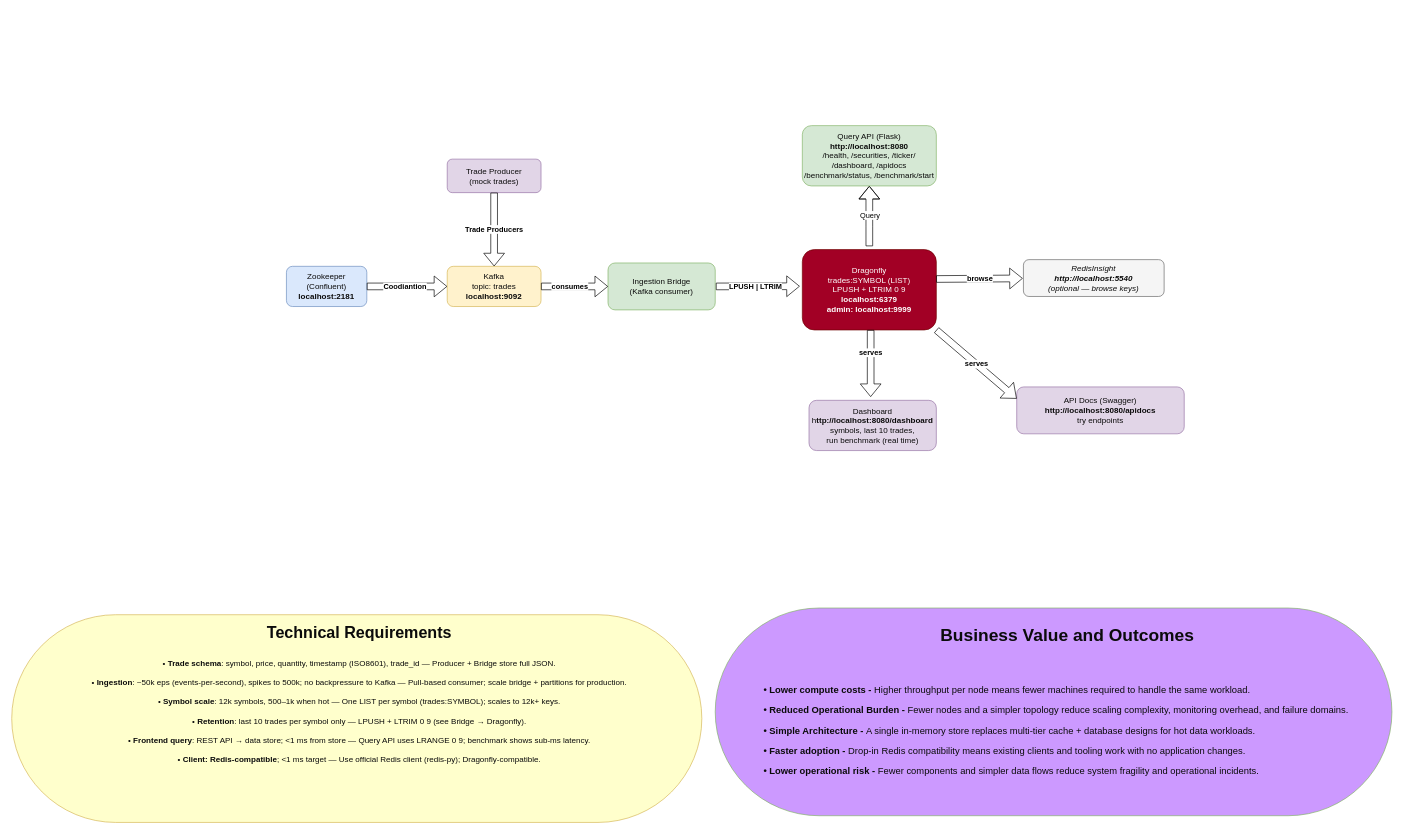
This is docs/architecture.drawio from getarz4u15ster/dragonflydb-oss, a draw.io file, before an edit. Source tidied: cells renumbered, new cells numbered last; positions are measured from the earlier drawing's top-left corner, leaving out a move shared by most shapes. Both pictures are drawn from the tidied source at 67%, with x=0, y=0 at pixel (11, 11).
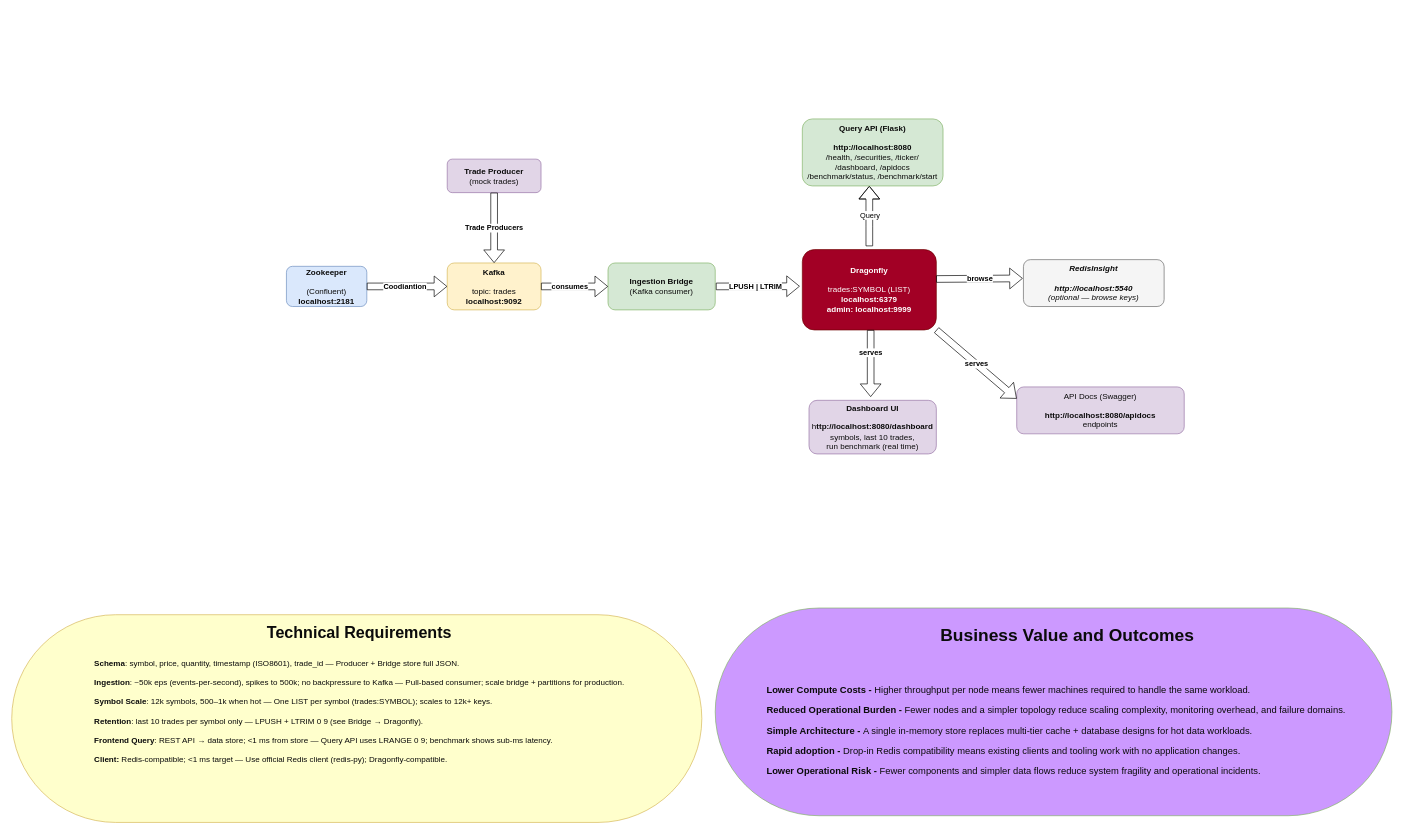
Above is the later version.

Unchanged cells that the change refers to:
```xml
<mxCell id="23" style="endArrow=classic;html=1;rounded=0;labelBackgroundColor=#D5E8D4;fontColor=#0B0B0B;shape=flexArrow;entryX=-0.019;entryY=0.456;entryDx=0;entryDy=0;entryPerimeter=0;" parent="1" edge="1" target="6">
  <mxGeometry x="-0.23" y="1" relative="1" as="geometry">
    <mxPoint x="1051" y="410" as="sourcePoint" />
  </mxGeometry>
</mxCell>
```

What changed in the source:
```diff
@@
-    <mxCell id="2" value="Zookeeper&lt;br&gt;(Confluent)&lt;br&gt;&lt;b&gt;localhost:2181&lt;/b&gt;" style="rounded=1;whiteSpace=wrap;html=1;fillColor=#dae8fc;strokeColor=#6c8ebf;fontColor=#0B0B0B;" parent="1" vertex="1">
+    <mxCell id="2" value="&lt;b&gt;Zookeeper&lt;br&gt;&lt;/b&gt;&lt;br&gt;(Confluent)&lt;br&gt;&lt;b&gt;localhost:2181&lt;/b&gt;" style="rounded=1;whiteSpace=wrap;html=1;fillColor=#dae8fc;strokeColor=#6c8ebf;fontColor=#0B0B0B;" parent="1" vertex="1">
       <mxGeometry x="410" y="380" width="120" height="60" as="geometry" />
     </mxCell>
-    <mxCell id="3" value="Kafka&lt;br&gt;topic: trades&lt;br&gt;&lt;b&gt;localhost:9092&lt;/b&gt;" style="rounded=1;whiteSpace=wrap;html=1;fillColor=#fff2cc;strokeColor=#d6b656;fontColor=#0B0B0B;" parent="1" vertex="1">
-      <mxGeometry x="650" y="380" width="140" height="60" as="geometry" />
+    <mxCell id="3" value="&lt;b&gt;Kafka&lt;br&gt;&lt;br&gt;&lt;/b&gt;topic: trades&lt;br&gt;&lt;b&gt;localhost:9092&lt;/b&gt;" style="rounded=1;whiteSpace=wrap;html=1;fillColor=#fff2cc;strokeColor=#d6b656;fontColor=#0B0B0B;" parent="1" vertex="1">
+      <mxGeometry x="650" y="375" width="140" height="70" as="geometry" />
     </mxCell>
-    <mxCell id="4" value="Trade Producer&#10;(mock trades)" style="rounded=1;whiteSpace=wrap;html=1;fillColor=#e1d5e7;strokeColor=#9673a6;fontColor=#0B0B0B;" parent="1" vertex="1">
+    <mxCell id="4" value="&lt;b&gt;Trade Producer&lt;br&gt;&lt;/b&gt;(mock trades)" style="rounded=1;whiteSpace=wrap;html=1;fillColor=#e1d5e7;strokeColor=#9673a6;fontColor=#0B0B0B;" parent="1" vertex="1">
       <mxGeometry x="650" y="220" width="140" height="50" as="geometry" />
     </mxCell>
-    <mxCell id="5" value="Ingestion Bridge&#10;(Kafka consumer)" style="rounded=1;whiteSpace=wrap;html=1;fillColor=#d5e8d4;strokeColor=#82b366;fontColor=#0B0B0B;" parent="1" vertex="1">
+    <mxCell id="5" value="&lt;b&gt;Ingestion Bridge&lt;br&gt;&lt;/b&gt;(Kafka consumer)" style="rounded=1;whiteSpace=wrap;html=1;fillColor=#d5e8d4;strokeColor=#82b366;fontColor=#0B0B0B;" parent="1" vertex="1">
       <mxGeometry x="890" y="375" width="160" height="70" as="geometry" />
     </mxCell>
-    <mxCell id="6" value="Dragonfly&lt;br&gt;trades:SYMBOL (LIST)&lt;br&gt;LPUSH + LTRIM 0 9&lt;br&gt;&lt;b&gt;localhost:6379&lt;br&gt;admin: localhost:9999&lt;/b&gt;" style="rounded=1;whiteSpace=wrap;html=1;fillColor=#a20025;strokeColor=#6F0000;fontColor=#ffffff;" parent="1" vertex="1">
+    <mxCell id="6" value="&lt;b&gt;Dragonfly&lt;br&gt;&lt;/b&gt;&lt;br&gt;trades:SYMBOL (LIST)&lt;br&gt;&lt;b&gt;localhost:6379&lt;br&gt;admin: localhost:9999&lt;/b&gt;" style="rounded=1;whiteSpace=wrap;html=1;fillColor=#a20025;strokeColor=#6F0000;fontColor=#ffffff;" parent="1" vertex="1">
       <mxGeometry x="1180" y="355" width="200" height="120" as="geometry" />
     </mxCell>
@@
-    <mxCell id="9" value="Dashboard&lt;br&gt;h&lt;b&gt;ttp://localhost:8080/dashboard&lt;/b&gt;&lt;br&gt;symbols, last 10 trades,&lt;br&gt;run benchmark (real time)" style="rounded=1;whiteSpace=wrap;html=1;fillColor=#e1d5e7;strokeColor=#9673a6;fontColor=#0B0B0B;" parent="1" vertex="1">
-      <mxGeometry x="1190" y="580" width="190" height="75" as="geometry" />
+    <mxCell id="9" value="&lt;b&gt;Dashboard UI&lt;br&gt;&lt;br&gt;&lt;/b&gt;h&lt;b&gt;ttp://localhost:8080/dashboard&lt;/b&gt;&lt;br&gt;symbols, last 10 trades,&lt;br&gt;run benchmark (real time)" style="rounded=1;whiteSpace=wrap;html=1;fillColor=#e1d5e7;strokeColor=#9673a6;fontColor=#0B0B0B;" parent="1" vertex="1">
+      <mxGeometry x="1190" y="580" width="190" height="80" as="geometry" />
     </mxCell>
-    <mxCell id="10" value="API Docs (Swagger)&lt;br&gt;&lt;b&gt;http://localhost:8080/apidocs&lt;/b&gt;&lt;br&gt;try endpoints" style="rounded=1;whiteSpace=wrap;html=1;fillColor=#e1d5e7;strokeColor=#9673a6;fontColor=#0B0B0B;" parent="1" vertex="1">
+    <mxCell id="10" value="API Docs (Swagger)&lt;br&gt;&lt;br&gt;&lt;b&gt;http://localhost:8080/apidocs&lt;/b&gt;&lt;br&gt;endpoints" style="rounded=1;whiteSpace=wrap;html=1;fillColor=#e1d5e7;strokeColor=#9673a6;fontColor=#0B0B0B;" parent="1" vertex="1">
       <mxGeometry x="1500" y="560" width="250" height="70" as="geometry" />
     </mxCell>
-    <mxCell id="11" value="RedisInsight&lt;br&gt;&lt;b&gt;http://localhost:5540&lt;/b&gt;&lt;br&gt;(optional — browse keys)" style="rounded=1;whiteSpace=wrap;html=1;fillColor=#f5f5f5;strokeColor=#666666;fontStyle=2;fontColor=#0B0B0B;" parent="1" vertex="1">
-      <mxGeometry x="1510" y="370" width="210" height="55" as="geometry" />
+    <mxCell id="11" value="&lt;b&gt;RedisInsight&lt;/b&gt;&lt;br&gt;&lt;br&gt;&lt;b&gt;http://localhost:5540&lt;/b&gt;&lt;br&gt;(optional — browse keys)" style="rounded=1;whiteSpace=wrap;html=1;fillColor=#f5f5f5;strokeColor=#666666;fontStyle=2;fontColor=#0B0B0B;" parent="1" vertex="1">
+      <mxGeometry x="1510" y="370" width="210" height="70" as="geometry" />
     </mxCell>
@@
-    <mxCell id="20" value="&lt;div style=&quot;&quot;&gt;&lt;font style=&quot;font-size: 24px;&quot;&gt;&lt;b style=&quot;&quot;&gt;Technical Requirements&lt;/b&gt;&lt;/font&gt;&lt;/div&gt;&lt;div&gt;&lt;br&gt;&lt;/div&gt;&lt;div&gt;&lt;br&gt;&lt;/div&gt;&lt;font style=&quot;color: rgb(11, 11, 11); font-size: 12px;&quot;&gt;• &lt;b&gt;Trade schema&lt;/b&gt;: symbol, price, quantity, timestamp (ISO8601), trade_id — Producer + Bridge store full JSON.&lt;/font&gt;&lt;div&gt;&lt;font style=&quot;color: rgb(11, 11, 11); font-size: 12px;&quot;&gt;&lt;br&gt;• &lt;b&gt;Ingestion&lt;/b&gt;: ~50k eps (events-per-second), spikes to 500k; no backpressure to Kafka — Pull-based consumer; scale bridge + partitions for production.&lt;/font&gt;&lt;/div&gt;&lt;div&gt;&lt;font style=&quot;color: rgb(11, 11, 11); font-size: 12px;&quot;&gt;&lt;br&gt;• &lt;b&gt;Symbol scale&lt;/b&gt;: 12k symbols, 500–1k when hot — One LIST per symbol (trades:SYMBOL); scales to 12k+ keys.&lt;/font&gt;&lt;/div&gt;&lt;div&gt;&lt;font style=&quot;color: rgb(11, 11, 11); font-size: 12px;&quot;&gt;&lt;br&gt;• &lt;b&gt;Retention&lt;/b&gt;: last 10 trades per symbol only — LPUSH + LTRIM 0 9 (see Bridge → Dragonfly).&lt;/font&gt;&lt;/div&gt;&lt;div&gt;&lt;font style=&quot;color: rgb(11, 11, 11); font-size: 12px;&quot;&gt;&lt;br&gt;• &lt;b&gt;Frontend query&lt;/b&gt;: REST API → data store; &amp;lt;1 ms from store — Query API uses LRANGE 0 9; benchmark shows sub-ms latency.&lt;/font&gt;&lt;/div&gt;&lt;div&gt;&lt;font style=&quot;color: rgb(11, 11, 11); font-size: 12px;&quot;&gt;&lt;br&gt;•&lt;b&gt; Client: Redis-compatible&lt;/b&gt;; &amp;lt;1 ms target — Use official Redis client (redis-py); Dragonfly-compatible.&lt;/font&gt;&lt;/div&gt;" style="rounded=1;whiteSpace=wrap;html=1;fillColor=#FFFFCC;strokeColor=#d6b656;align=center;verticalAlign=top;spacingLeft=8;spacingTop=6;fontSize=10;fontColor=#0B0B0B;arcSize=50;" parent="1" vertex="1">
+    <mxCell id="20" value="&lt;div style=&quot;&quot;&gt;&lt;font style=&quot;font-size: 24px;&quot;&gt;&lt;b style=&quot;&quot;&gt;Technical Requirements&lt;/b&gt;&lt;/font&gt;&lt;/div&gt;&lt;div&gt;&lt;br&gt;&lt;/div&gt;&lt;div&gt;&lt;br&gt;&lt;/div&gt;&lt;font style=&quot;color: rgb(11, 11, 11); font-size: 12px;&quot;&gt;&lt;div style=&quot;text-align: left;&quot;&gt;&lt;b style=&quot;background-color: transparent;&quot;&gt;Schema&lt;/b&gt;&lt;span style=&quot;background-color: transparent;&quot;&gt;: symbol, price, quantity, timestamp (ISO8601), trade_id — Producer + Bridge store full JSON.&lt;/span&gt;&lt;/div&gt;&lt;/font&gt;&lt;div&gt;&lt;div style=&quot;text-align: left;&quot;&gt;&lt;font color=&quot;#0b0b0b&quot;&gt;&lt;span style=&quot;font-size: 12px;&quot;&gt;&lt;br&gt;&lt;/span&gt;&lt;/font&gt;&lt;/div&gt;&lt;font style=&quot;color: rgb(11, 11, 11); font-size: 12px;&quot;&gt;&lt;div style=&quot;text-align: left;&quot;&gt;&lt;b style=&quot;background-color: transparent;&quot;&gt;Ingestion&lt;/b&gt;&lt;span style=&quot;background-color: transparent;&quot;&gt;: ~50k eps (events-per-second), spikes to 500k; no backpressure to Kafka — Pull-based consumer; scale bridge + partitions for production.&lt;/span&gt;&lt;/div&gt;&lt;/font&gt;&lt;/div&gt;&lt;div&gt;&lt;div style=&quot;text-align: left;&quot;&gt;&lt;font color=&quot;#0b0b0b&quot;&gt;&lt;span style=&quot;font-size: 12px;&quot;&gt;&lt;br&gt;&lt;/span&gt;&lt;/font&gt;&lt;/div&gt;&lt;font style=&quot;color: rgb(11, 11, 11); font-size: 12px;&quot;&gt;&lt;div style=&quot;text-align: left;&quot;&gt;&lt;b style=&quot;background-color: transparent;&quot;&gt;Symbol Scale&lt;/b&gt;&lt;span style=&quot;background-color: transparent;&quot;&gt;: 12k symbols, 500–1k when hot — One LIST per symbol (trades:SYMBOL); scales to 12k+ keys.&lt;/span&gt;&lt;/div&gt;&lt;/font&gt;&lt;/div&gt;&lt;div style=&quot;text-align: left;&quot;&gt;&lt;b style=&quot;color: rgb(11, 11, 11); font-size: 12px; background-color: transparent;&quot;&gt;&lt;br&gt;&lt;/b&gt;&lt;/div&gt;&lt;div style=&quot;text-align: left;&quot;&gt;&lt;b style=&quot;color: rgb(11, 11, 11); font-size: 12px; background-color: transparent;&quot;&gt;Retention&lt;/b&gt;&lt;span style=&quot;color: rgb(11, 11, 11); font-size: 12px; background-color: transparent;&quot;&gt;: last 10 trades per symbol only — LPUSH + LTRIM 0 9 (see Bridge → Dragonfly).&lt;/span&gt;&lt;/div&gt;&lt;div&gt;&lt;div style=&quot;text-align: left;&quot;&gt;&lt;font color=&quot;#0b0b0b&quot;&gt;&lt;span style=&quot;font-size: 12px;&quot;&gt;&lt;br&gt;&lt;/span&gt;&lt;/font&gt;&lt;/div&gt;&lt;font style=&quot;color: rgb(11, 11, 11); font-size: 12px;&quot;&gt;&lt;div style=&quot;text-align: left;&quot;&gt;&lt;b style=&quot;background-color: transparent;&quot;&gt;Frontend Query&lt;/b&gt;&lt;span style=&quot;background-color: transparent;&quot;&gt;: REST API → data store; &amp;lt;1 ms from store — Query API uses LRANGE 0 9; benchmark shows sub-ms latency.&lt;/span&gt;&lt;/div&gt;&lt;/font&gt;&lt;/div&gt;&lt;div&gt;&lt;div style=&quot;text-align: left;&quot;&gt;&lt;font color=&quot;#0b0b0b&quot;&gt;&lt;span style=&quot;font-size: 12px;&quot;&gt;&lt;br&gt;&lt;/span&gt;&lt;/font&gt;&lt;/div&gt;&lt;font style=&quot;color: rgb(11, 11, 11); font-size: 12px;&quot;&gt;&lt;div style=&quot;text-align: left;&quot;&gt;&lt;b style=&quot;background-color: transparent;&quot;&gt;Client: &lt;/b&gt;&lt;span style=&quot;background-color: transparent;&quot;&gt;Redis-compatible&lt;/span&gt;&lt;span style=&quot;background-color: transparent;&quot;&gt;; &amp;lt;1 ms target — Use official Redis client (redis-py); Dragonfly-compatible.&lt;/span&gt;&lt;/div&gt;&lt;/font&gt;&lt;/div&gt;" style="rounded=1;whiteSpace=wrap;html=1;fillColor=#FFFFCC;strokeColor=#d6b656;align=center;verticalAlign=top;spacingLeft=8;spacingTop=6;fontSize=10;fontColor=#0B0B0B;arcSize=50;" parent="1" vertex="1">
       <mxGeometry y="900" width="1030" height="310" as="geometry" />
     </mxCell>
-    <mxCell id="21" value="&lt;h2&gt;&lt;font style=&quot;color: rgb(11, 11, 11);&quot;&gt;&lt;span style=&quot;white-space: pre;&quot;&gt;&#9;&lt;/span&gt;&lt;font style=&quot;font-size: 26px;&quot;&gt;Business Value and Outcomes&lt;/font&gt;&lt;/font&gt;&lt;/h2&gt;&lt;div&gt;&lt;font style=&quot;color: rgb(11, 11, 11);&quot;&gt;&lt;font style=&quot;font-size: 26px;&quot;&gt;&lt;br&gt;&lt;/font&gt;&lt;/font&gt;&lt;/div&gt;&lt;h2 style=&quot;text-align: left;&quot;&gt;&lt;font style=&quot;font-size: 14px;&quot;&gt;&lt;strong style=&quot;color: rgb(11, 11, 11); background-color: transparent;&quot;&gt;• Lower compute costs -&amp;nbsp;&lt;/strong&gt;&lt;span style=&quot;color: rgb(11, 11, 11); background-color: transparent; font-weight: normal; text-align: center;&quot;&gt;Higher throughput per node means fewer machines required to handle the same workload.&lt;/span&gt;&lt;/font&gt;&lt;/h2&gt;&lt;h2 style=&quot;text-align: left;&quot;&gt;&lt;font style=&quot;font-size: 14px;&quot;&gt;&lt;strong style=&quot;color: rgb(11, 11, 11); background-color: transparent; text-align: center;&quot;&gt;• Reduced Operational Burden -&amp;nbsp;&lt;/strong&gt;&lt;span style=&quot;color: rgb(11, 11, 11); background-color: transparent; font-weight: normal; text-align: center;&quot;&gt;Fewer nodes and a simpler topology reduce scaling complexity, monitoring overhead, and failure domains.&lt;/span&gt;&lt;/font&gt;&lt;/h2&gt;&lt;h2 style=&quot;text-align: left;&quot;&gt;&lt;font style=&quot;font-size: 14px;&quot;&gt;&lt;strong style=&quot;color: rgb(11, 11, 11); background-color: transparent; text-align: center;&quot;&gt;• Simple Architecture -&amp;nbsp;&lt;/strong&gt;&lt;span style=&quot;color: rgb(11, 11, 11); background-color: transparent; font-weight: normal; text-align: center;&quot;&gt;A single in-memory store replaces multi-tier cache + database designs for hot data workloads.&lt;/span&gt;&lt;/font&gt;&lt;/h2&gt;&lt;h2 style=&quot;text-align: left;&quot;&gt;&lt;font style=&quot;font-size: 14px;&quot;&gt;&lt;strong style=&quot;color: rgb(11, 11, 11); background-color: transparent; text-align: center;&quot;&gt;• Faster adoption -&amp;nbsp;&lt;/strong&gt;&lt;span style=&quot;color: rgb(11, 11, 11); background-color: transparent; font-weight: normal; text-align: center;&quot;&gt;Drop-in Redis compatibility means existing clients and tooling work with no application changes.&lt;/span&gt;&lt;/font&gt;&lt;/h2&gt;&lt;h2 style=&quot;text-align: left;&quot;&gt;&lt;font style=&quot;font-size: 14px;&quot;&gt;&lt;strong style=&quot;color: rgb(11, 11, 11); background-color: transparent; text-align: center;&quot;&gt;• Lower operational risk -&amp;nbsp;&lt;/strong&gt;&lt;span style=&quot;color: rgb(11, 11, 11); background-color: transparent; font-weight: normal; text-align: center;&quot;&gt;Fewer components and simpler data flows reduce system fragility and operational incidents.&lt;/span&gt;&lt;/font&gt;&lt;/h2&gt;&lt;h2 style=&quot;text-align: left;&quot;&gt;&lt;br&gt;&lt;/h2&gt;" style="rounded=1;whiteSpace=wrap;html=1;fillColor=#CC99FF;strokeColor=#82b366;align=center;verticalAlign=top;spacingLeft=8;spacingTop=6;fontSize=10;fontColor=#0B0B0B;arcSize=50;" parent="1" vertex="1">
+    <mxCell id="21" value="&lt;h2&gt;&lt;font style=&quot;color: rgb(11, 11, 11);&quot;&gt;&lt;span style=&quot;white-space: pre;&quot;&gt;&#9;&lt;/span&gt;&lt;font style=&quot;font-size: 26px;&quot;&gt;Business Value and Outcomes&lt;/font&gt;&lt;/font&gt;&lt;/h2&gt;&lt;div&gt;&lt;font style=&quot;color: rgb(11, 11, 11);&quot;&gt;&lt;font style=&quot;font-size: 26px;&quot;&gt;&lt;br&gt;&lt;/font&gt;&lt;/font&gt;&lt;/div&gt;&lt;h2 style=&quot;text-align: left;&quot;&gt;&lt;font style=&quot;font-size: 14px;&quot;&gt;&lt;strong style=&quot;color: rgb(11, 11, 11); background-color: transparent;&quot;&gt;Lower Compute Costs -&amp;nbsp;&lt;/strong&gt;&lt;span style=&quot;color: rgb(11, 11, 11); background-color: transparent; font-weight: normal; text-align: center;&quot;&gt;Higher throughput per node means fewer machines required to handle the same workload.&lt;/span&gt;&lt;/font&gt;&lt;/h2&gt;&lt;h2 style=&quot;text-align: left;&quot;&gt;&lt;font style=&quot;font-size: 14px;&quot;&gt;&lt;strong style=&quot;color: rgb(11, 11, 11); background-color: transparent; text-align: center;&quot;&gt;Reduced Operational Burden -&amp;nbsp;&lt;/strong&gt;&lt;span style=&quot;color: rgb(11, 11, 11); background-color: transparent; font-weight: normal; text-align: center;&quot;&gt;Fewer nodes and a simpler topology reduce scaling complexity, monitoring overhead, and failure domains.&lt;/span&gt;&lt;/font&gt;&lt;/h2&gt;&lt;h2 style=&quot;text-align: left;&quot;&gt;&lt;font style=&quot;font-size: 14px;&quot;&gt;&lt;strong style=&quot;color: rgb(11, 11, 11); background-color: transparent; text-align: center;&quot;&gt;Simple Architecture -&amp;nbsp;&lt;/strong&gt;&lt;span style=&quot;color: rgb(11, 11, 11); background-color: transparent; font-weight: normal; text-align: center;&quot;&gt;A single in-memory store replaces multi-tier cache + database designs for hot data workloads.&lt;/span&gt;&lt;/font&gt;&lt;/h2&gt;&lt;h2 style=&quot;text-align: left;&quot;&gt;&lt;font style=&quot;font-size: 14px;&quot;&gt;&lt;strong style=&quot;color: rgb(11, 11, 11); background-color: transparent; text-align: center;&quot;&gt;Rapid adoption -&amp;nbsp;&lt;/strong&gt;&lt;span style=&quot;color: rgb(11, 11, 11); background-color: transparent; font-weight: normal; text-align: center;&quot;&gt;Drop-in Redis compatibility means existing clients and tooling work with no application changes.&lt;/span&gt;&lt;/font&gt;&lt;/h2&gt;&lt;h2 style=&quot;text-align: left;&quot;&gt;&lt;font style=&quot;font-size: 14px;&quot;&gt;&lt;strong style=&quot;color: rgb(11, 11, 11); background-color: transparent; text-align: center;&quot;&gt;Lower Operational Risk -&amp;nbsp;&lt;/strong&gt;&lt;span style=&quot;color: rgb(11, 11, 11); background-color: transparent; font-weight: normal; text-align: center;&quot;&gt;Fewer components and simpler data flows reduce system fragility and operational incidents.&lt;/span&gt;&lt;/font&gt;&lt;/h2&gt;&lt;h2 style=&quot;text-align: left;&quot;&gt;&lt;br&gt;&lt;/h2&gt;" style="rounded=1;whiteSpace=wrap;html=1;fillColor=#CC99FF;strokeColor=#82b366;align=center;verticalAlign=top;spacingLeft=8;spacingTop=6;fontSize=10;fontColor=#0B0B0B;arcSize=50;" parent="1" vertex="1">
       <mxGeometry x="1050" y="890" width="1010" height="310" as="geometry" />
     </mxCell>
-    <mxCell id="22" value="Query API (Flask)&lt;br&gt;&lt;b&gt;http://localhost:8080&lt;br&gt;&lt;/b&gt;/health, /securities, /ticker/&lt;br&gt;/dashboard, /apidocs&lt;br&gt;/benchmark/status, /benchmark/start" style="rounded=1;whiteSpace=wrap;html=1;fillColor=#d5e8d4;strokeColor=#82b366;fontColor=#0B0B0B;" parent="1" vertex="1">
-      <mxGeometry x="1180" y="170" width="200" height="90" as="geometry" />
+    <mxCell id="22" value="&lt;b&gt;Query API (Flask)&lt;/b&gt;&lt;div&gt;&lt;br&gt;&lt;b&gt;http://localhost:8080&lt;br&gt;&lt;/b&gt;/health, /securities, /ticker/&lt;br&gt;/dashboard, /apidocs&lt;br&gt;/benchmark/status, /benchmark/start&lt;/div&gt;" style="rounded=1;whiteSpace=wrap;html=1;fillColor=#d5e8d4;strokeColor=#82b366;fontColor=#0B0B0B;" parent="1" vertex="1">
+      <mxGeometry x="1180" y="160" width="210" height="100" as="geometry" />
     </mxCell>
@@
     <mxCell id="24" value="&lt;b&gt;LPUSH | LTRIM&lt;/b&gt;" style="edgeLabel;html=1;align=center;verticalAlign=middle;" parent="23" vertex="1">
-      <mxGeometry x="-0.08" y="-1" relative="1" as="geometry" />
+      <mxGeometry x="-0.08" y="-1" relative="1" as="geometry">
+        <mxPoint y="-1" as="offset" />
+      </mxGeometry>
     </mxCell>
```
